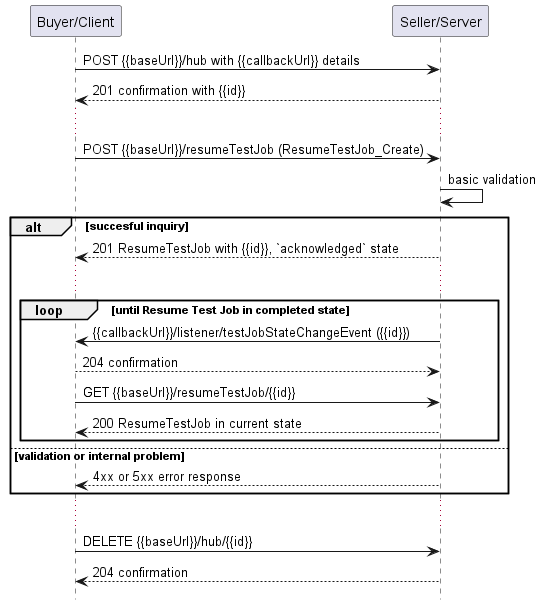
The PlantUML diagram documentation/serviceApi/sft/serviceTest/media/useCase19Notification.png in MEF-GIT/MEF-LSO-Legato-SDK, before a commit.
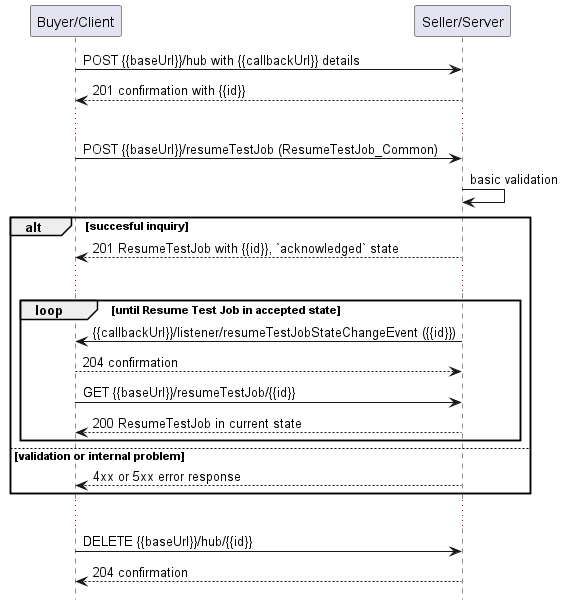
After the commit.

Diff of the diagram source:
```diff
@@ -8,15 +8,15 @@
 B -> S: POST {{baseUrl}}/hub with {{callbackUrl}} details
 S --> B: 201 confirmation with {{id}}
 ...
-B -> S: POST {{baseUrl}}/resumeTestJob (ResumeTestJob_Create)
+B -> S: POST {{baseUrl}}/resumeTestJob (ResumeTestJob_Common)
 S -> S: basic validation
 
 alt succesful inquiry
   S --> B: 201 ResumeTestJob with {{id}}, `acknowledged` state
   ...
 
-  group loop [until Resume Test Job in completed state]
-      S -> B: {{callbackUrl}}/listener/testJobStateChangeEvent ({{id}})
+  group loop [until Resume Test Job in accepted state]
+      S -> B: {{callbackUrl}}/listener/resumeTestJobStateChangeEvent ({{id}})
       B --> S: 204 confirmation
       B -> S:   GET {{baseUrl}}/resumeTestJob/{{id}}
       return 200 ResumeTestJob in current state
```
